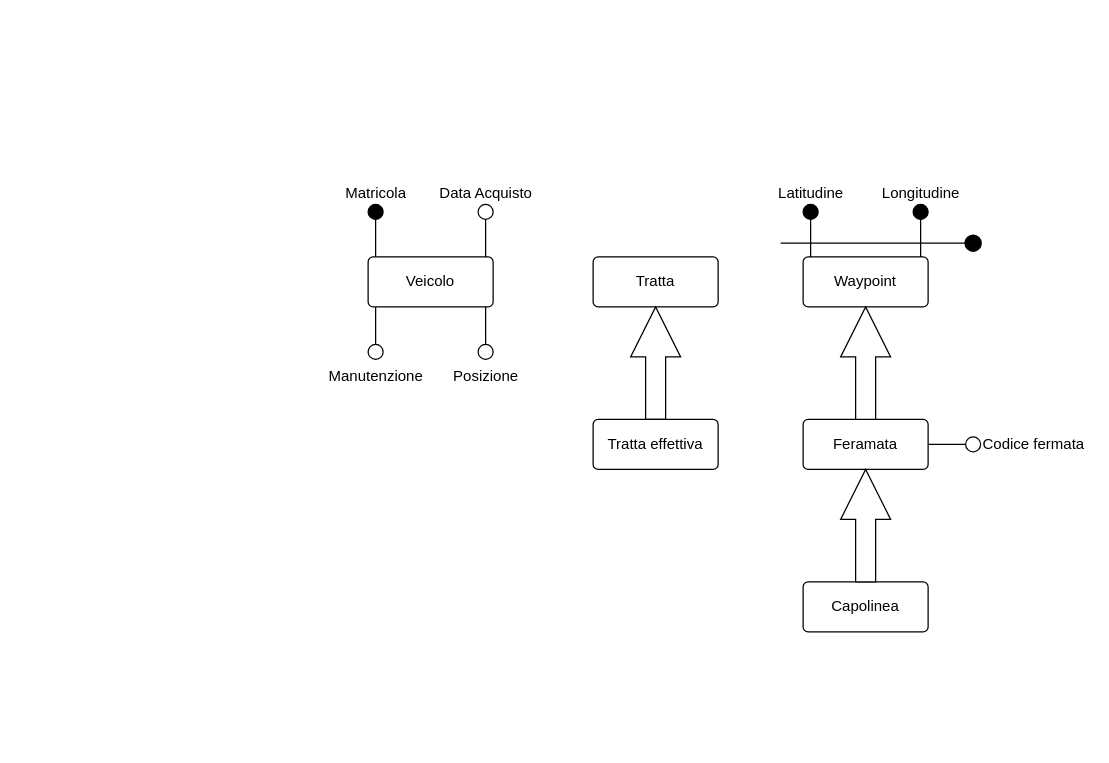
Before: page "Tratte e veicoli" (1 of 3) of doc/ER-Diagram.drawio in FNX-hub/Public-Transport-DB, a draw.io diagram. Source tidied: cells renumbered, new cells numbered last; positions are measured from the earlier drawing's top-left corner, leaving out a move shared by most shapes. Both pictures are drawn from the tidied source at 125%, with x=0, y=0 at pixel (368, 204).
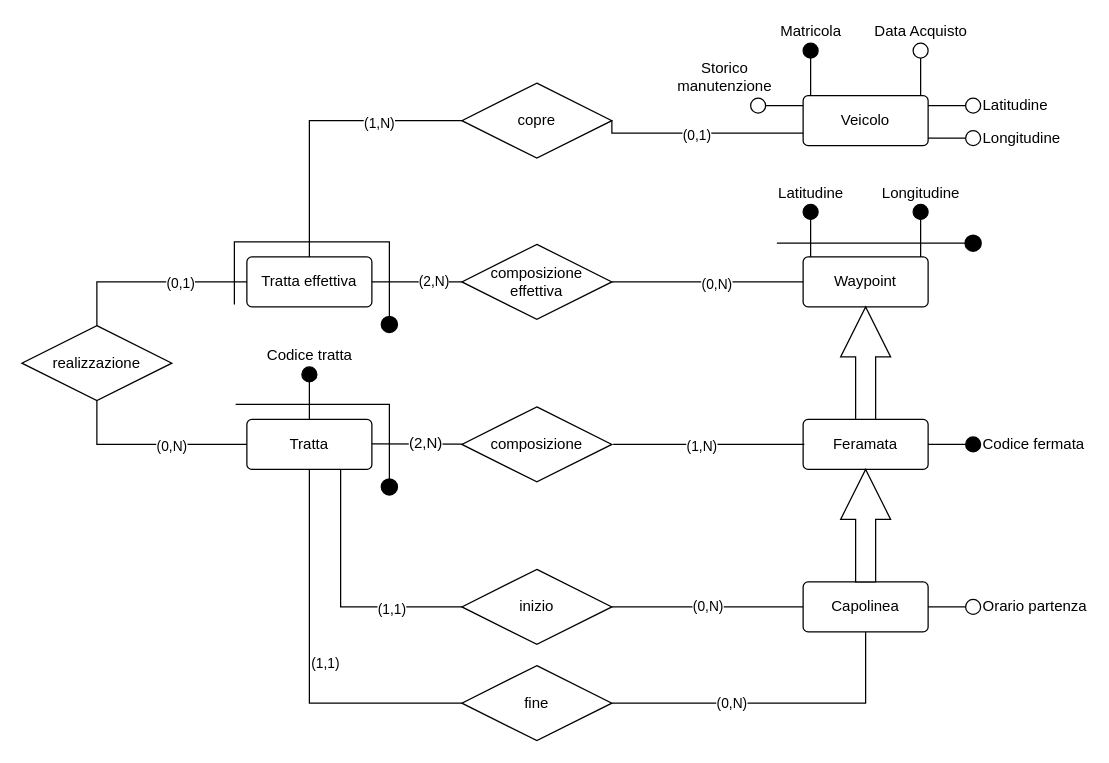
The same diagram, later.

Unchanged cells that the change refers to:
```xml
<mxCell id="12" value="Waypoint" style="rounded=1;arcSize=10;whiteSpace=wrap;html=1;align=center;fillColor=#FFFFFF;" parent="1" vertex="1">
  <mxGeometry x="348" y="42" width="100" height="40" as="geometry" />
</mxCell>
<mxCell id="18" value="Capolinea" style="rounded=1;arcSize=10;whiteSpace=wrap;html=1;align=center;fillColor=#FFFFFF;" parent="1" vertex="1">
  <mxGeometry x="348" y="302" width="100" height="40" as="geometry" />
</mxCell>
```

Change to the diagram source:
```diff
@@
     <mxCell id="2" value="&lt;div&gt;Veicolo&lt;/div&gt;" style="rounded=1;arcSize=10;whiteSpace=wrap;html=1;align=center;" parent="1" vertex="1">
-      <mxGeometry y="42" width="100" height="40" as="geometry" />
+      <mxGeometry x="348" y="-87" width="100" height="40" as="geometry" />
     </mxCell>
     <mxCell id="3" value="&lt;div&gt;Matricola&lt;/div&gt;" style="shape=mxgraph.pid.fittings.blind_disc;html=1;align=center;verticalLabelPosition=top;verticalAlign=bottom;dashed=0;labelPosition=center;" parent="1" vertex="1">
-      <mxGeometry width="12" height="42" as="geometry" />
+      <mxGeometry x="348" y="-129" width="12" height="42" as="geometry" />
     </mxCell>
     <mxCell id="4" value="&lt;div&gt;Data Acquisto&lt;/div&gt;" style="shape=mxgraph.pid.fittings.open_disc;html=1;align=center;verticalLabelPosition=top;verticalAlign=bottom;dashed=0;labelPosition=center;" parent="1" vertex="1">
-      <mxGeometry x="88" width="12" height="42" as="geometry" />
+      <mxGeometry x="436" y="-129" width="12" height="42" as="geometry" />
     </mxCell>
-    <mxCell id="5" value="&lt;div&gt;Posizione&lt;/div&gt;&lt;div&gt;&lt;br&gt;&lt;/div&gt;" style="shape=mxgraph.pid.fittings.open_disc;html=1;align=center;verticalLabelPosition=bottom;verticalAlign=top;dashed=0;labelPosition=center;horizontal=1;direction=west;" parent="1" vertex="1">
-      <mxGeometry x="88" y="82" width="12" height="42" as="geometry" />
-    </mxCell>
-    <mxCell id="6" value="Manutenzione" style="shape=mxgraph.pid.fittings.open_disc;html=1;align=center;verticalLabelPosition=bottom;verticalAlign=top;dashed=0;labelPosition=center;horizontal=1;direction=west;" parent="1" vertex="1">
-      <mxGeometry y="82" width="12" height="42" as="geometry" />
+    <mxCell id="6" value="&lt;div&gt;Storico &lt;br&gt;&lt;/div&gt;&lt;div&gt;manutenzione&lt;/div&gt;" style="shape=mxgraph.pid.fittings.open_disc;html=1;align=center;verticalLabelPosition=top;verticalAlign=bottom;dashed=0;labelPosition=left;horizontal=1;direction=north;" parent="1" vertex="1">
+      <mxGeometry x="306" y="-85" width="42" height="12" as="geometry" />
     </mxCell>
     <mxCell id="7" value="&lt;div&gt;Tratta&lt;/div&gt;" style="rounded=1;arcSize=10;whiteSpace=wrap;html=1;align=center;" parent="1" vertex="1">
-      <mxGeometry x="180" y="42" width="100" height="40" as="geometry" />
+      <mxGeometry x="-97" y="172" width="100" height="40" as="geometry" />
     </mxCell>
-    <mxCell id="8" style="html=1;shadow=0;dashed=0;align=center;verticalAlign=middle;shape=mxgraph.arrows2.arrow;dy=0.6;dx=40;direction=north;notch=0;fillColor=#FFFFFF;" parent="1" vertex="1">
-      <mxGeometry x="210" y="82" width="40" height="90" as="geometry" />
-    </mxCell>
     <mxCell id="9" value="Tratta effettiva" style="rounded=1;arcSize=10;whiteSpace=wrap;html=1;align=center;fillColor=#FFFFFF;" parent="1" vertex="1">
-      <mxGeometry x="180" y="172" width="100" height="40" as="geometry" />
+      <mxGeometry x="-97" y="42" width="100" height="40" as="geometry" />
     </mxCell>
@@
-    <mxCell id="11" value="Codice fermata" style="shape=mxgraph.pid.fittings.open_disc;html=1;align=left;verticalLabelPosition=middle;verticalAlign=middle;dashed=0;labelPosition=right;horizontal=1;direction=south;" parent="1" vertex="1">
+    <mxCell id="11" value="Codice fermata" style="shape=mxgraph.pid.fittings.open_disc;html=1;align=left;verticalLabelPosition=middle;verticalAlign=middle;dashed=0;labelPosition=right;horizontal=1;direction=south;fillColor=#000000;" parent="1" vertex="1">
       <mxGeometry x="448" y="186" width="42" height="12" as="geometry" />
     </mxCell>
@@
     <mxCell id="16" style="endArrow=none;html=1;rounded=0;align=left;" parent="1" edge="1">
       <mxGeometry relative="1" as="geometry">
-        <mxPoint x="330" y="30.9" as="sourcePoint" />
-        <mxPoint x="490" y="30.9" as="targetPoint" />
+        <mxPoint x="327" y="30.9" as="sourcePoint" />
+        <mxPoint x="487" y="30.9" as="targetPoint" />
       </mxGeometry>
     </mxCell>
@@
+    <mxCell id="20" value="Orario partenza" style="shape=mxgraph.pid.fittings.open_disc;html=1;align=left;verticalLabelPosition=middle;verticalAlign=middle;dashed=0;labelPosition=right;horizontal=1;direction=south;" parent="1" vertex="1">
+      <mxGeometry x="448" y="316" width="42" height="12" as="geometry" />
+    </mxCell>
+    <mxCell id="21" value="composizione effettiva" style="shape=rhombus;perimeter=rhombusPerimeter;whiteSpace=wrap;html=1;align=center;fillColor=#FFFFFF;strokeWidth=1;" parent="1" vertex="1">
+      <mxGeometry x="75" y="32" width="120" height="60" as="geometry" />
+    </mxCell>
+    <mxCell id="22" value="(2,N)" style="endArrow=none;html=1;rounded=0;align=left;strokeWidth=1;exitX=1;exitY=0.5;exitDx=0;exitDy=0;" parent="1" edge="1" source="9" target="21">
+      <mxGeometry relative="1" as="geometry" />
+    </mxCell>
+    <mxCell id="23" style="endArrow=none;html=1;rounded=0;align=center;strokeWidth=1;entryX=0;entryY=0.5;entryDx=0;entryDy=0;exitX=1;exitY=0.5;exitDx=0;exitDy=0;labelPosition=center;verticalLabelPosition=top;verticalAlign=middle;" parent="1" edge="1" source="21" target="12">
+      <mxGeometry relative="1" as="geometry" />
+    </mxCell>
+    <mxCell id="24" value="(0,N)" style="edgeLabel;html=1;align=center;verticalAlign=middle;" parent="23" vertex="1">
+      <mxGeometry x="0.09" y="-1" relative="1" as="geometry" />
+    </mxCell>
+    <mxCell id="25" style="strokeWidth=2;html=1;shape=mxgraph.flowchart.start_2;whiteSpace=wrap;fillColor=#000000;align=center;verticalAlign=bottom;direction=south;" parent="1" vertex="1">
+      <mxGeometry x="11" y="90" width="12" height="12" as="geometry" />
+    </mxCell>
+    <mxCell id="26" value="composizione" style="shape=rhombus;perimeter=rhombusPerimeter;whiteSpace=wrap;html=1;align=center;fillColor=#FFFFFF;strokeWidth=1;" parent="1" vertex="1">
+      <mxGeometry x="75" y="162" width="120" height="60" as="geometry" />
+    </mxCell>
+    <mxCell id="27" style="endArrow=none;html=1;rounded=0;align=left;strokeWidth=1;exitX=1;exitY=0.5;exitDx=0;exitDy=0;" parent="1" edge="1" target="26">
+      <mxGeometry relative="1" as="geometry">
+        <mxPoint x="3" y="191.5" as="sourcePoint" />
+      </mxGeometry>
+    </mxCell>
+    <mxCell id="28" value="&lt;div&gt;(1,N)&lt;/div&gt;" style="endArrow=none;html=1;rounded=0;align=center;strokeWidth=1;exitX=1;exitY=0.5;exitDx=0;exitDy=0;entryX=0;entryY=0.5;entryDx=0;entryDy=0;labelPosition=center;verticalLabelPosition=middle;verticalAlign=top;" parent="1" edge="1">
+      <mxGeometry x="-0.07" y="11" relative="1" as="geometry">
+        <mxPoint x="196" y="192" as="sourcePoint" />
+        <mxPoint x="349" y="192" as="targetPoint" />
+      </mxGeometry>
+    </mxCell>
+    <mxCell id="29" style="endArrow=none;html=1;rounded=0;align=left;entryX=0;entryY=0.5;entryDx=0;entryDy=0;entryPerimeter=0;edgeStyle=orthogonalEdgeStyle;" parent="1" edge="1" target="25">
+      <mxGeometry relative="1" as="geometry">
+        <mxPoint x="-107" y="80" as="sourcePoint" />
+        <Array as="points">
+          <mxPoint x="-107" y="80" />
+          <mxPoint x="-107" y="30" />
+          <mxPoint x="67" y="30" />
+        </Array>
+      </mxGeometry>
+    </mxCell>
+    <mxCell id="30" value="copre" style="shape=rhombus;perimeter=rhombusPerimeter;whiteSpace=wrap;html=1;align=center;fillColor=#FFFFFF;strokeWidth=1;" parent="1" vertex="1">
+      <mxGeometry x="75" y="-97" width="120" height="60" as="geometry" />
+    </mxCell>
+    <mxCell id="31" value="realizzazione" style="shape=rhombus;perimeter=rhombusPerimeter;whiteSpace=wrap;html=1;align=center;fillColor=#FFFFFF;strokeWidth=1;" parent="1" vertex="1">
+      <mxGeometry x="-277" y="97" width="120" height="60" as="geometry" />
+    </mxCell>
+    <mxCell id="32" style="html=1;align=left;verticalAlign=bottom;fillColor=#FFFFFF;strokeWidth=1;" parent="1" vertex="1">
+      <mxGeometry x="-237" y="212" as="geometry">
+        <mxPoint x="258" y="-307" as="offset" />
+      </mxGeometry>
+    </mxCell>
+    <mxCell id="33" style="endArrow=none;html=1;rounded=0;align=left;strokeWidth=1;entryX=0;entryY=0.5;entryDx=0;entryDy=0;exitX=0.5;exitY=0;exitDx=0;exitDy=0;edgeStyle=elbowEdgeStyle;" parent="1" edge="1" source="31" target="9">
+      <mxGeometry relative="1" as="geometry">
+        <Array as="points">
+          <mxPoint x="-217" y="70" />
+        </Array>
+      </mxGeometry>
+    </mxCell>
+    <mxCell id="34" value="(0,1)" style="edgeLabel;html=1;align=center;verticalAlign=middle;" parent="33" vertex="1">
+      <mxGeometry x="0.3" relative="1" as="geometry" />
+    </mxCell>
+    <mxCell id="35" style="endArrow=none;html=1;rounded=0;align=left;strokeWidth=1;edgeStyle=elbowEdgeStyle;entryX=0;entryY=0.5;entryDx=0;entryDy=0;exitX=0.5;exitY=1;exitDx=0;exitDy=0;" parent="1" edge="1" source="31" target="7">
+      <mxGeometry relative="1" as="geometry">
+        <Array as="points">
+          <mxPoint x="-217" y="180" />
+        </Array>
+      </mxGeometry>
+    </mxCell>
+    <mxCell id="36" value="(0,N)" style="edgeLabel;html=1;align=center;verticalAlign=middle;" parent="35" vertex="1">
+      <mxGeometry x="0.21" y="-1" relative="1" as="geometry" />
+    </mxCell>
+    <mxCell id="37" style="strokeWidth=2;html=1;shape=mxgraph.flowchart.start_2;whiteSpace=wrap;fillColor=#000000;align=center;verticalAlign=bottom;direction=south;" parent="1" vertex="1">
+      <mxGeometry x="11" y="220" width="12" height="12" as="geometry" />
+    </mxCell>
+    <mxCell id="38" style="endArrow=none;html=1;rounded=0;align=left;entryX=0;entryY=0.5;entryDx=0;entryDy=0;entryPerimeter=0;edgeStyle=orthogonalEdgeStyle;" parent="1" edge="1" target="37">
+      <mxGeometry relative="1" as="geometry">
+        <mxPoint x="-106" y="160" as="sourcePoint" />
+        <Array as="points">
+          <mxPoint x="17" y="160" />
+        </Array>
+      </mxGeometry>
+    </mxCell>
+    <mxCell id="39" value="inizio" style="shape=rhombus;perimeter=rhombusPerimeter;whiteSpace=wrap;html=1;align=center;fillColor=#FFFFFF;strokeWidth=1;" parent="1" vertex="1">
+      <mxGeometry x="75" y="292" width="120" height="60" as="geometry" />
+    </mxCell>
+    <mxCell id="40" value="(0,N)" style="endArrow=none;html=1;rounded=0;align=center;strokeWidth=1;entryX=0;entryY=0.5;entryDx=0;entryDy=0;exitX=1;exitY=0.5;exitDx=0;exitDy=0;" parent="1" edge="1" source="39" target="18">
+      <mxGeometry relative="1" as="geometry" />
+    </mxCell>
+    <mxCell id="41" style="endArrow=none;html=1;rounded=0;align=left;strokeWidth=1;entryX=0;entryY=0.5;entryDx=0;entryDy=0;edgeStyle=elbowEdgeStyle;exitX=0.75;exitY=1;exitDx=0;exitDy=0;" parent="1" edge="1" source="7" target="39">
+      <mxGeometry relative="1" as="geometry">
+        <Array as="points">
+          <mxPoint x="-22" y="263" />
+          <mxPoint x="-47" y="270" />
+          <mxPoint x="-22" y="270" />
+        </Array>
+      </mxGeometry>
+    </mxCell>
+    <mxCell id="42" value="(1,1)" style="edgeLabel;html=1;align=center;verticalAlign=middle;" parent="41" vertex="1">
+      <mxGeometry x="0.45" y="-1" relative="1" as="geometry" />
+    </mxCell>
+    <mxCell id="43" value="Codice tratta" style="shape=mxgraph.pid.fittings.blind_disc;html=1;align=center;verticalLabelPosition=top;verticalAlign=bottom;dashed=0;labelPosition=center;" parent="1" vertex="1">
+      <mxGeometry x="-53" y="130" width="12" height="42" as="geometry" />
+    </mxCell>
+    <mxCell id="44" value="fine" style="shape=rhombus;perimeter=rhombusPerimeter;whiteSpace=wrap;html=1;align=center;fillColor=#FFFFFF;strokeWidth=1;" parent="1" vertex="1">
+      <mxGeometry x="75" y="369" width="120" height="60" as="geometry" />
+    </mxCell>
+    <mxCell id="45" style="endArrow=none;html=1;rounded=0;align=left;strokeWidth=1;entryX=0.5;entryY=1;entryDx=0;entryDy=0;edgeStyle=elbowEdgeStyle;exitX=1;exitY=0.5;exitDx=0;exitDy=0;" parent="1" edge="1" source="44" target="18">
+      <mxGeometry relative="1" as="geometry">
+        <Array as="points">
+          <mxPoint x="398" y="356" />
+        </Array>
+      </mxGeometry>
+    </mxCell>
+    <mxCell id="46" value="(0,N)" style="edgeLabel;html=1;align=center;verticalAlign=middle;" parent="45" vertex="1">
+      <mxGeometry x="-0.27" y="1" relative="1" as="geometry" />
+    </mxCell>
+    <mxCell id="47" value="(1,1)" style="endArrow=none;html=1;rounded=0;align=left;strokeWidth=1;entryX=0;entryY=0.5;entryDx=0;entryDy=0;edgeStyle=elbowEdgeStyle;exitX=0.5;exitY=1;exitDx=0;exitDy=0;" parent="1" edge="1" source="7" target="44">
+      <mxGeometry relative="1" as="geometry">
+        <Array as="points">
+          <mxPoint x="-47" y="269" />
+          <mxPoint x="-41" y="343" />
+          <mxPoint x="-66" y="350" />
+          <mxPoint x="-41" y="350" />
+        </Array>
+      </mxGeometry>
+    </mxCell>
+    <mxCell id="48" value="Latitudine" style="shape=mxgraph.pid.fittings.open_disc;html=1;align=left;verticalLabelPosition=middle;verticalAlign=middle;dashed=0;labelPosition=right;horizontal=1;direction=south;" parent="1" vertex="1">
+      <mxGeometry x="448" y="-85" width="42" height="12" as="geometry" />
+    </mxCell>
+    <mxCell id="49" value="Longitudine" style="shape=mxgraph.pid.fittings.open_disc;html=1;align=left;verticalLabelPosition=middle;verticalAlign=middle;dashed=0;labelPosition=right;horizontal=1;direction=south;" parent="1" vertex="1">
+      <mxGeometry x="448" y="-59" width="42" height="12" as="geometry" />
+    </mxCell>
+    <mxCell id="50" style="endArrow=none;html=1;rounded=0;align=left;strokeWidth=1;entryX=0;entryY=0.75;entryDx=0;entryDy=0;exitX=1;exitY=0.5;exitDx=0;exitDy=0;edgeStyle=orthogonalEdgeStyle;" parent="1" edge="1" source="30" target="2">
+      <mxGeometry relative="1" as="geometry">
+        <Array as="points">
+          <mxPoint x="195" y="-57" />
+        </Array>
+      </mxGeometry>
+    </mxCell>
+    <mxCell id="51" value="(0,1)" style="edgeLabel;html=1;align=center;verticalAlign=middle;" parent="50" vertex="1">
+      <mxGeometry x="-0.05" y="-1" relative="1" as="geometry" />
+    </mxCell>
+    <mxCell id="52" style="endArrow=none;html=1;rounded=0;align=left;strokeWidth=1;entryX=0;entryY=0.5;entryDx=0;entryDy=0;exitX=0.5;exitY=0;exitDx=0;exitDy=0;edgeStyle=elbowEdgeStyle;" parent="1" edge="1" source="9" target="30">
+      <mxGeometry relative="1" as="geometry">
+        <Array as="points">
+          <mxPoint x="-47" y="-9" />
+        </Array>
+      </mxGeometry>
+    </mxCell>
+    <mxCell id="53" value="(1,N)" style="edgeLabel;html=1;align=center;verticalAlign=middle;" parent="52" vertex="1">
+      <mxGeometry x="0.41" y="-1" relative="1" as="geometry">
+        <mxPoint x="1" as="offset" />
+      </mxGeometry>
+    </mxCell>
+    <mxCell id="54" value="&lt;span style=&quot;background-color: rgb(255 , 255 , 255)&quot;&gt;(2,N)&lt;/span&gt;" style="text;html=1;align=center;verticalAlign=middle;strokeColor=none;fillColor=none;" parent="1" vertex="1">
+      <mxGeometry x="26" y="181" width="40" height="20" as="geometry" />
+    </mxCell>
```
